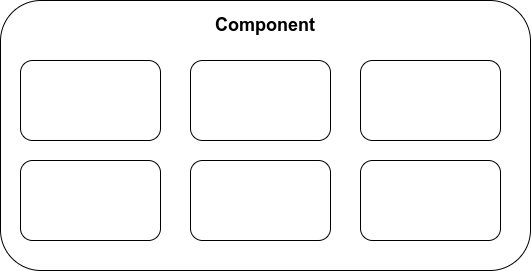
Before: presentation/slides/images/standalone/component.png, a diagram exported from draw.io (fallainmat/atelier_angular). Source tidied: cells renumbered, new cells last; positions are measured from the earlier drawing's top-left corner, leaving out a move shared by most shapes.
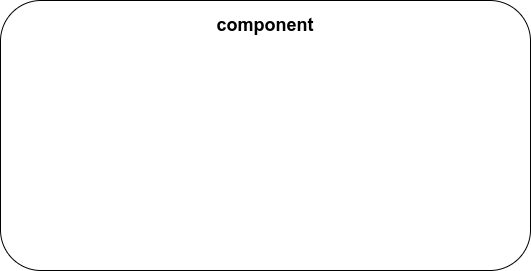
Above is the later version.

What changed in the source:
```diff
@@ -2,26 +2,8 @@
   <root>
     <mxCell id="0" />
     <mxCell id="1" parent="0" />
-    <mxCell id="2" value="&lt;span style=&quot;font-size: 18px;&quot;&gt;&lt;b&gt;Component&lt;/b&gt;&lt;/span&gt;" style="rounded=1;whiteSpace=wrap;html=1;spacingBottom=220;" parent="1" vertex="1">
+    <mxCell id="2" value="&lt;span style=&quot;font-size: 18px;&quot;&gt;&lt;b&gt;component&lt;/b&gt;&lt;/span&gt;" style="rounded=1;whiteSpace=wrap;html=1;spacingBottom=220;" parent="1" vertex="1">
       <mxGeometry width="530" height="270" as="geometry" />
     </mxCell>
-    <mxCell id="3" style="rounded=1;whiteSpace=wrap;html=1;" parent="1" vertex="1">
-      <mxGeometry x="20" y="60" width="140" height="80" as="geometry" />
-    </mxCell>
-    <mxCell id="4" style="rounded=1;whiteSpace=wrap;html=1;" parent="1" vertex="1">
-      <mxGeometry x="190" y="60" width="140" height="80" as="geometry" />
-    </mxCell>
-    <mxCell id="5" style="rounded=1;whiteSpace=wrap;html=1;" parent="1" vertex="1">
-      <mxGeometry x="360" y="60" width="140" height="80" as="geometry" />
-    </mxCell>
-    <mxCell id="6" style="rounded=1;whiteSpace=wrap;html=1;" parent="1" vertex="1">
-      <mxGeometry x="20" y="160" width="140" height="80" as="geometry" />
-    </mxCell>
-    <mxCell id="7" style="rounded=1;whiteSpace=wrap;html=1;" parent="1" vertex="1">
-      <mxGeometry x="190" y="160" width="140" height="80" as="geometry" />
-    </mxCell>
-    <mxCell id="8" style="rounded=1;whiteSpace=wrap;html=1;" parent="1" vertex="1">
-      <mxGeometry x="360" y="160" width="140" height="80" as="geometry" />
-    </mxCell>
   </root>
 </mxGraphModel>
```
